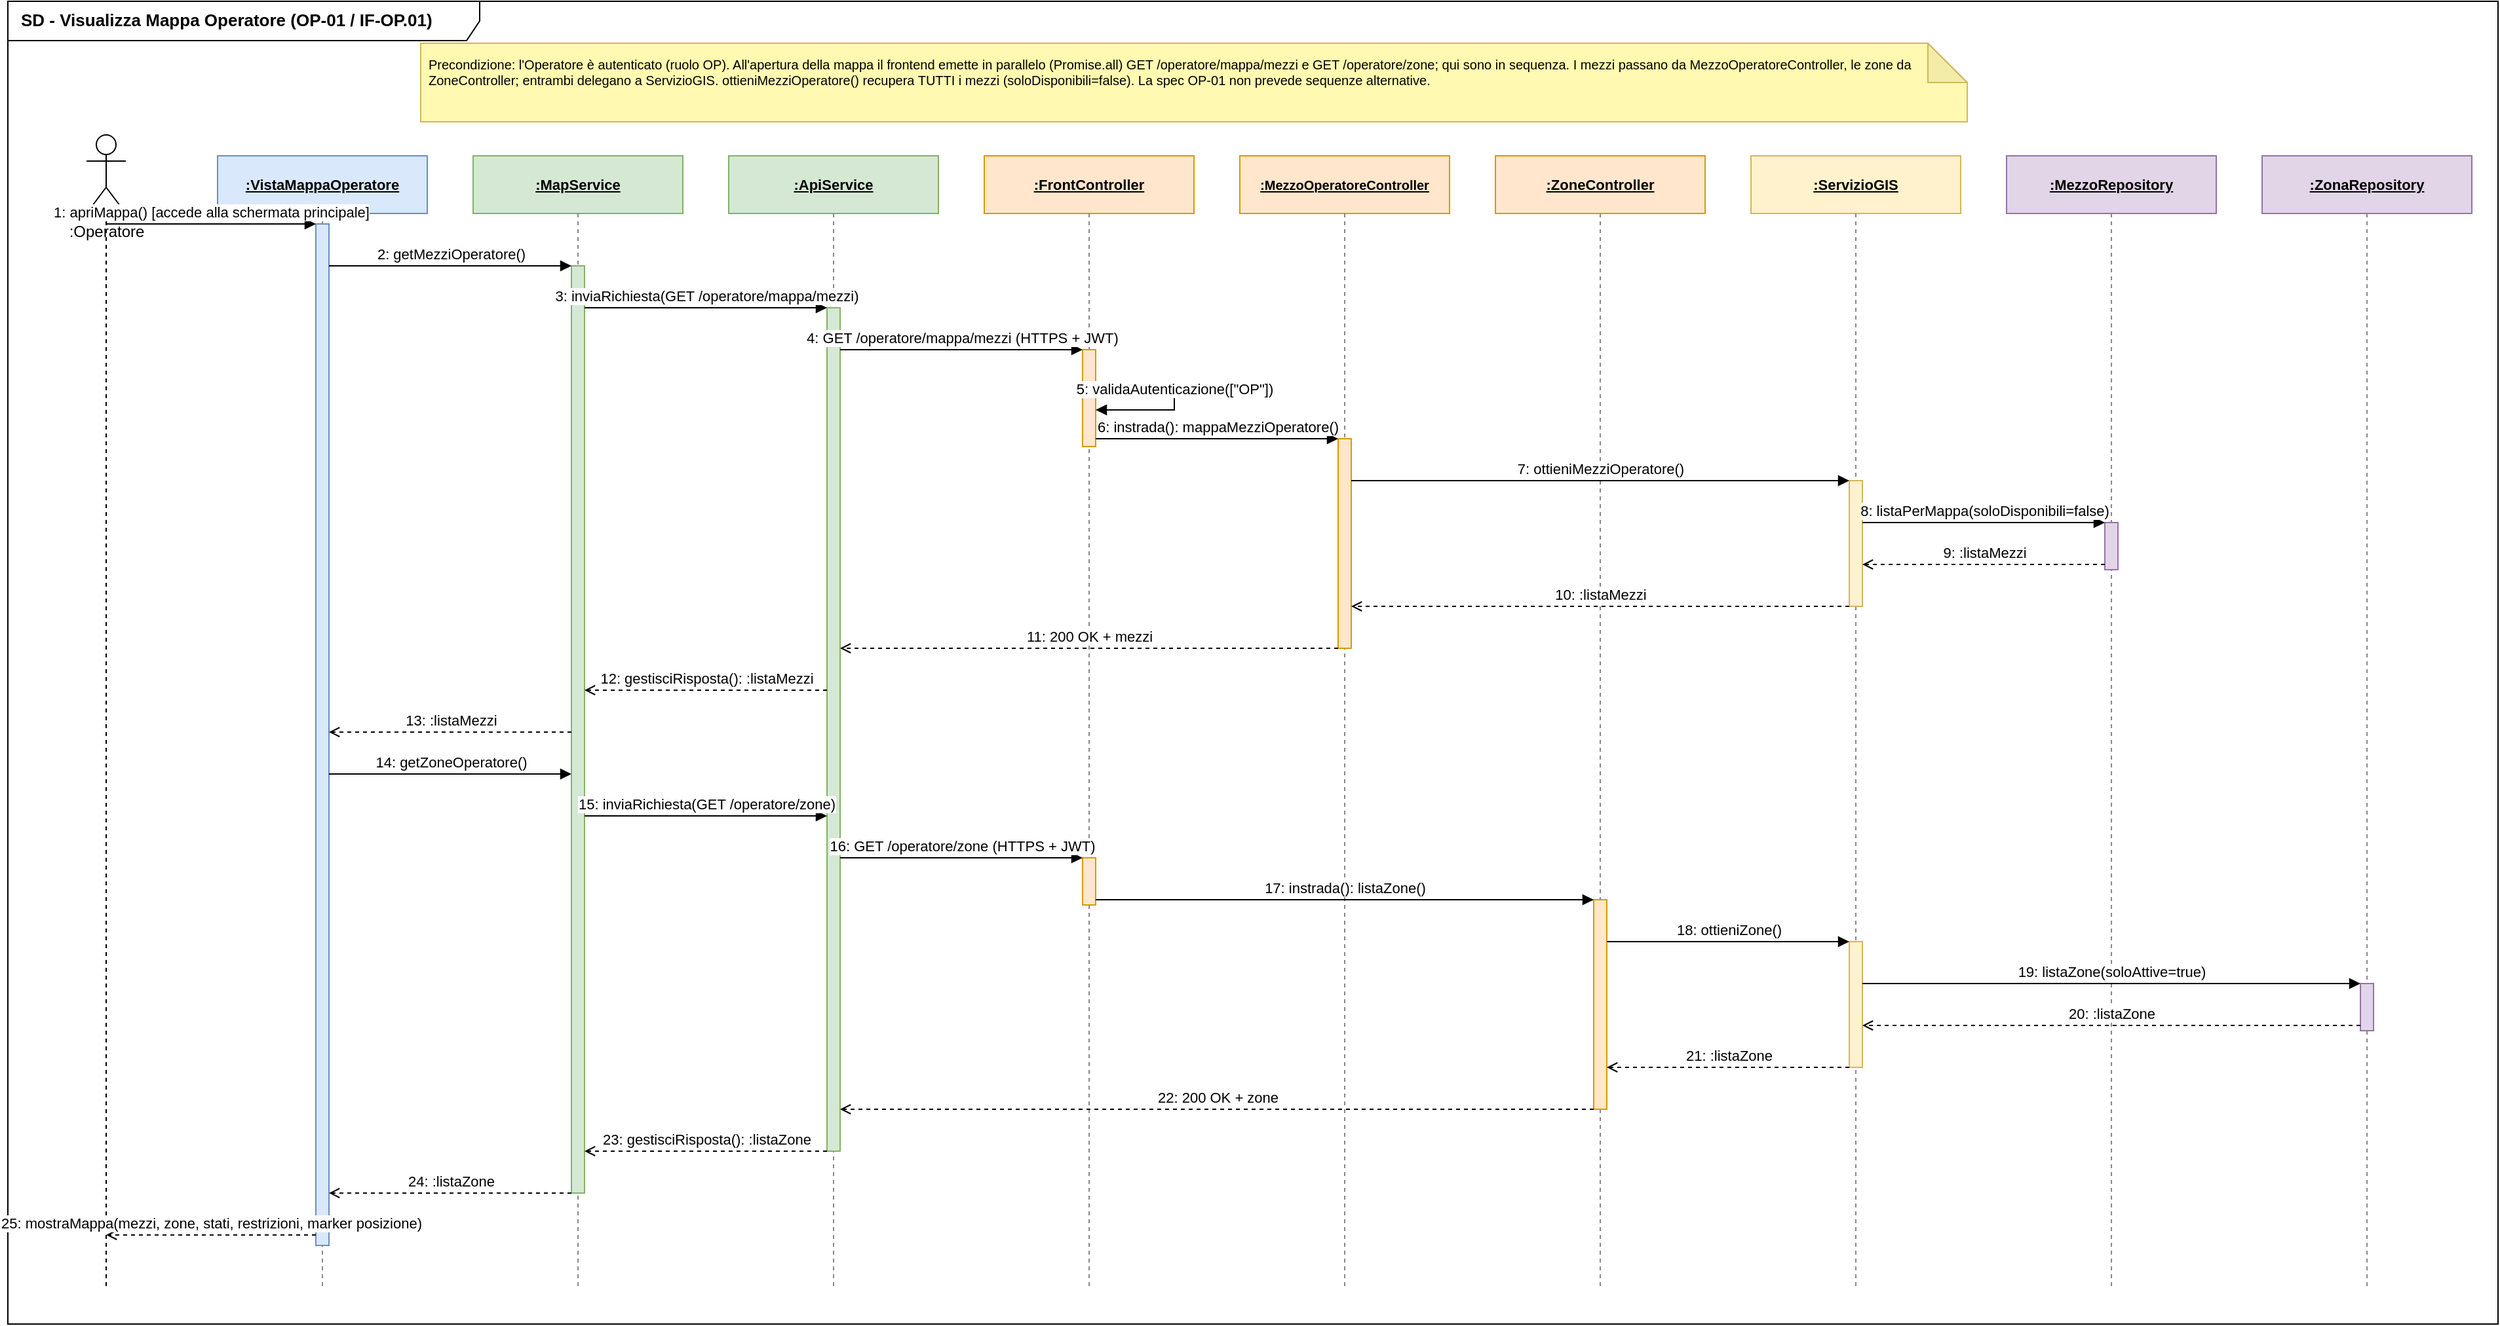
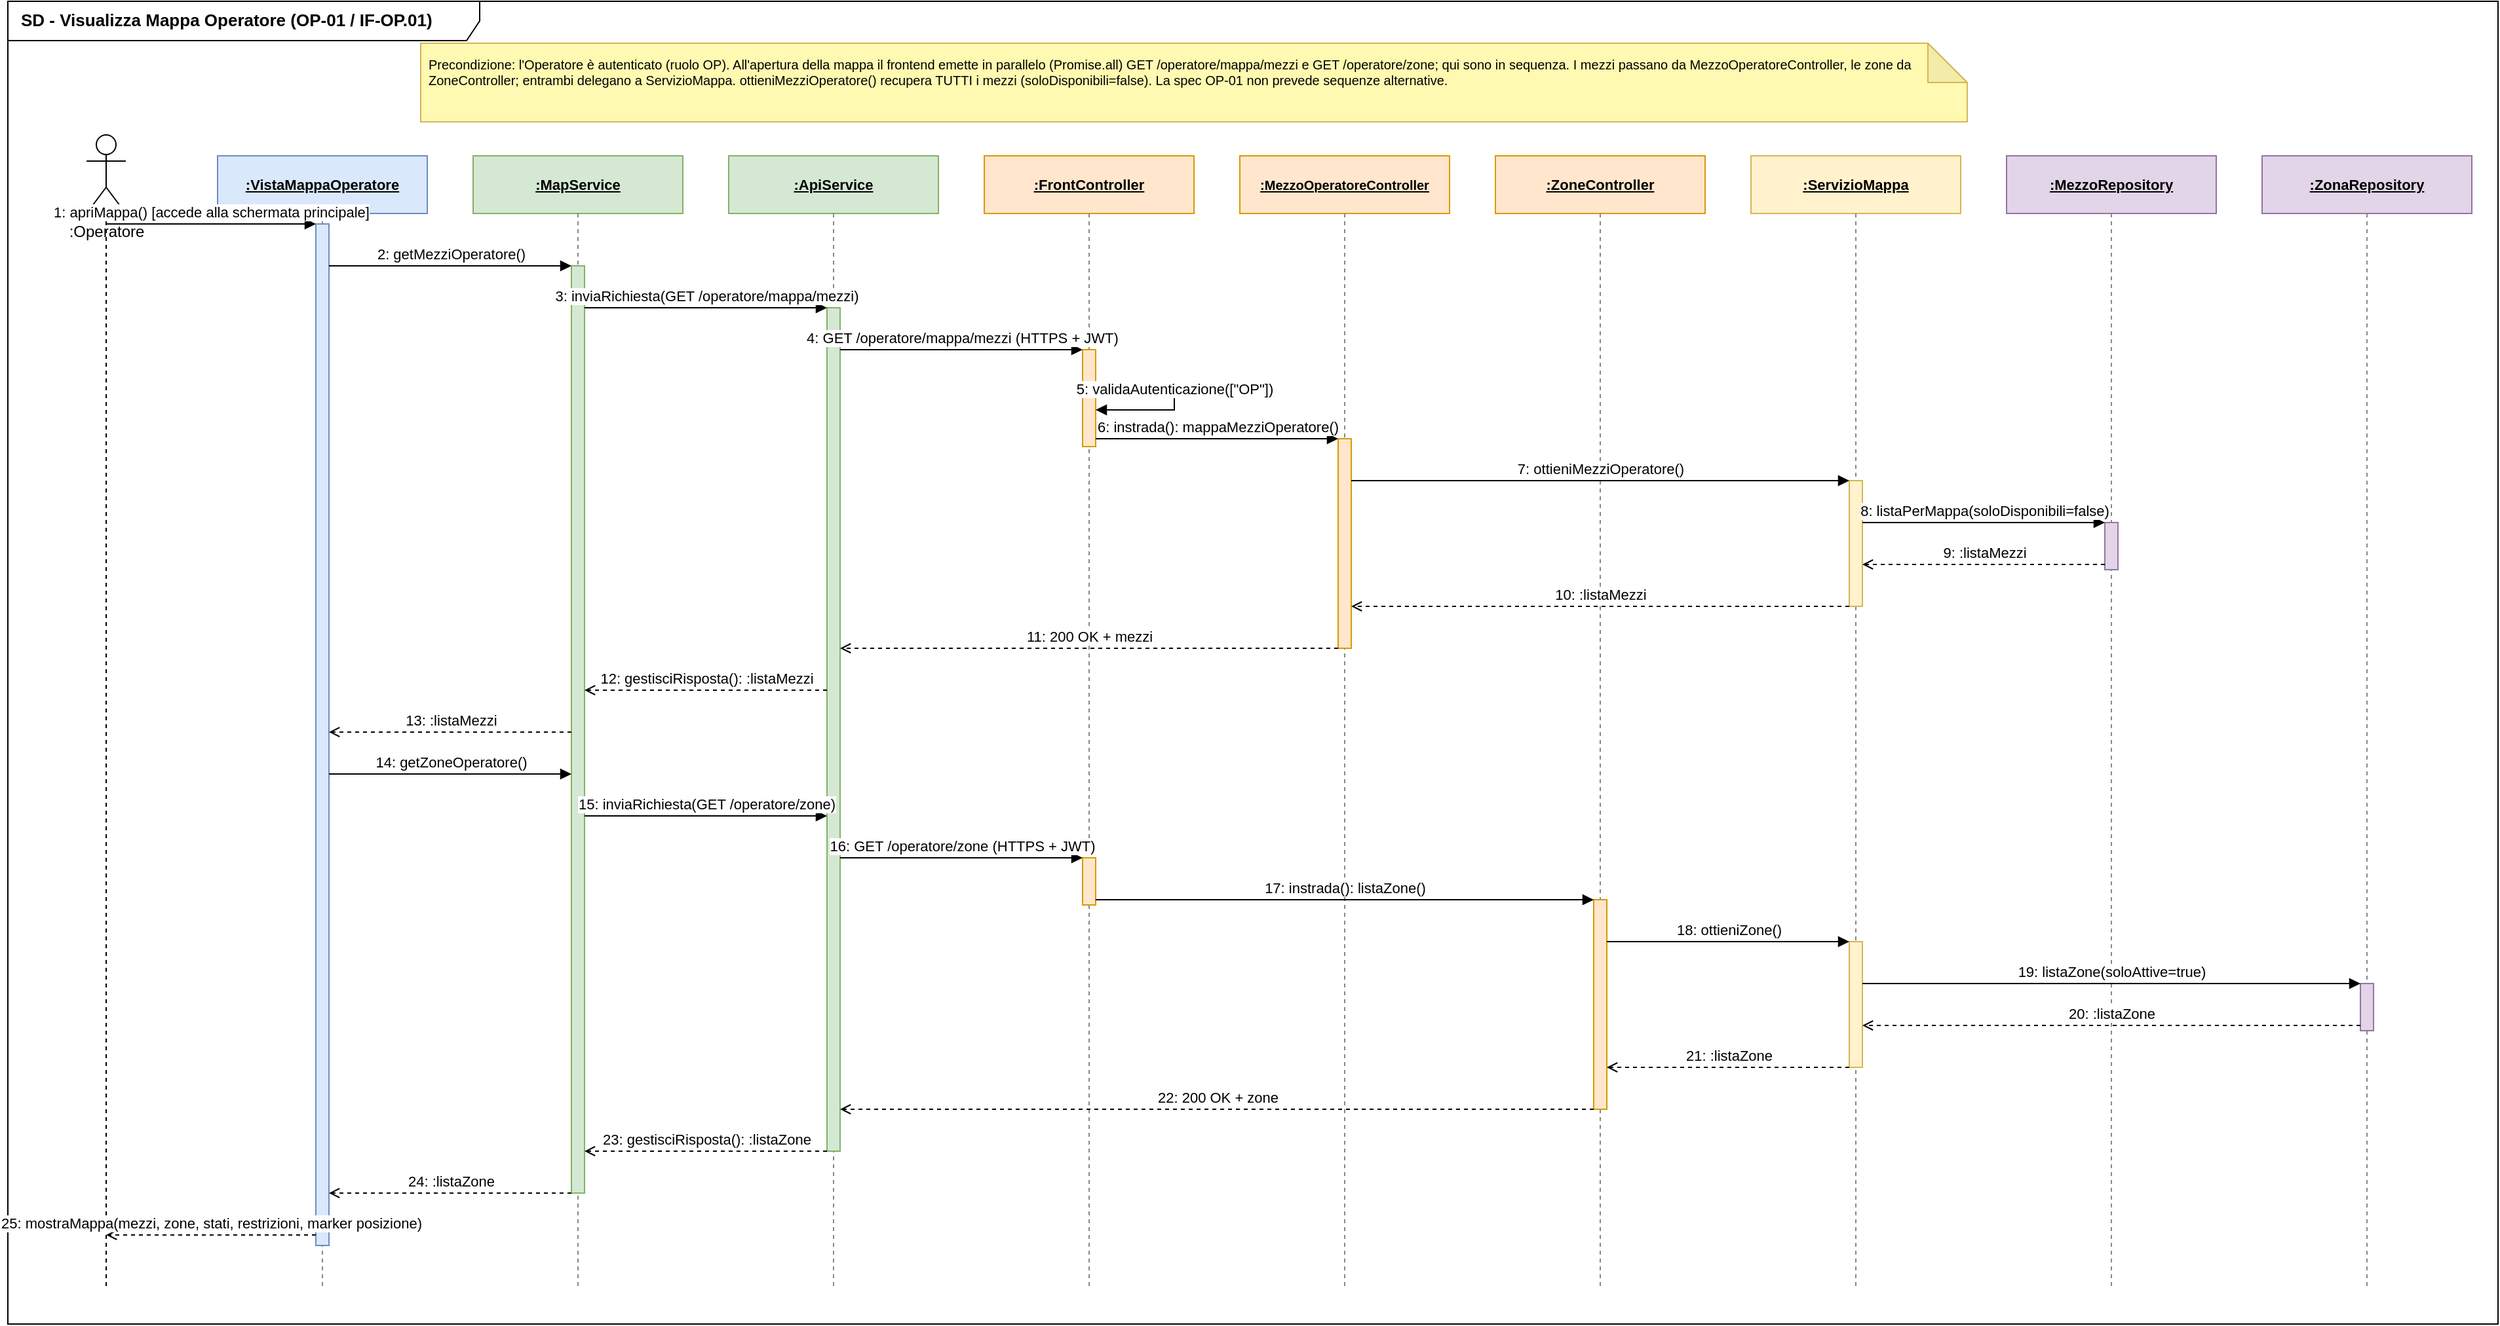
<mxfile host="65bd71144e">
    <diagram name="SD - OP-01 Visualizza Mappa Operatore" id="visualizza-mappa-operatore-op01">
        <mxGraphModel dx="1422" dy="800" grid="1" gridSize="10" guides="1" tooltips="1" connect="1" arrows="1" fold="1" page="1" pageScale="1" pageWidth="1654" pageHeight="1169" background="#FFFFFF" math="0" shadow="0">
            <root>
                <mxCell id="0"/>
                <mxCell id="1" parent="0"/>
                <mxCell id="frame" value="SD - Visualizza Mappa Operatore (OP-01 / IF-OP.01)" style="shape=umlFrame;whiteSpace=wrap;html=1;fontSize=13;fontStyle=1;align=left;spacingLeft=8;verticalAlign=top;width=360;height=30;" vertex="1" parent="1">
                    <mxGeometry x="45" y="80" width="1900" height="1010" as="geometry"/>
                </mxCell>
-                 <mxCell id="note" value="Precondizione: l'Operatore è autenticato (ruolo OP). All'apertura della mappa il frontend emette in parallelo (Promise.all) GET /operatore/mappa/mezzi e GET /operatore/zone; qui sono in sequenza. I mezzi passano da MezzoOperatoreController, le zone da ZoneController; entrambi delegano a ServizioGIS. ottieniMezziOperatore() recupera TUTTI i mezzi (soloDisponibili=false). La spec OP-01 non prevede sequenze alternative." style="shape=note;whiteSpace=wrap;html=1;backgroundOutline=1;darkOpacity=0.05;fillColor=#FFF9B1;strokeColor=#d6b656;fontSize=10;align=left;verticalAlign=top;spacing=6;" vertex="1" parent="1">
+                 <mxCell id="note" value="Precondizione: l'Operatore è autenticato (ruolo OP). All'apertura della mappa il frontend emette in parallelo (Promise.all) GET /operatore/mappa/mezzi e GET /operatore/zone; qui sono in sequenza. I mezzi passano da MezzoOperatoreController, le zone da ZoneController; entrambi delegano a ServizioMappa. ottieniMezziOperatore() recupera TUTTI i mezzi (soloDisponibili=false). La spec OP-01 non prevede sequenze alternative." style="shape=note;whiteSpace=wrap;html=1;backgroundOutline=1;darkOpacity=0.05;fillColor=#FFF9B1;strokeColor=#d6b656;fontSize=10;align=left;verticalAlign=top;spacing=6;" vertex="1" parent="1">
                    <mxGeometry x="360" y="112" width="1180" height="60" as="geometry"/>
                </mxCell>
                <!-- ================= LIFELINES ================= -->
                <mxCell id="ll-actor-h" value=":Operatore" style="shape=umlActor;verticalLabelPosition=bottom;verticalAlign=top;html=1;outlineConnect=0;" vertex="1" parent="1">
                    <mxGeometry x="105" y="182" width="30" height="60" as="geometry"/>
                </mxCell>
                <mxCell id="ll-actor" value="" style="endArrow=none;dashed=1;html=1;strokeColor=#000000;" edge="1" parent="1">
                    <mxGeometry relative="1" as="geometry">
                        <mxPoint x="120" y="242" as="sourcePoint"/>
                        <mxPoint x="120" y="1064" as="targetPoint"/>
                    </mxGeometry>
                </mxCell>
                <mxCell id="ll-view-h" value="&lt;b&gt;&lt;u&gt;:VistaMappaOperatore&lt;/u&gt;&lt;/b&gt;" style="rounded=0;whiteSpace=wrap;html=1;fillColor=#dae8fc;strokeColor=#6c8ebf;fontSize=11;" vertex="1" parent="1">
                    <mxGeometry x="205" y="198" width="160" height="44" as="geometry"/>
                </mxCell>
                <mxCell id="ll-view" value="" style="endArrow=none;dashed=1;html=1;strokeColor=#888888;" edge="1" parent="1">
                    <mxGeometry relative="1" as="geometry">
                        <mxPoint x="285" y="242" as="sourcePoint"/>
                        <mxPoint x="285" y="1064" as="targetPoint"/>
                    </mxGeometry>
                </mxCell>
                <mxCell id="ll-ms-h" value="&lt;b&gt;&lt;u&gt;:MapService&lt;/u&gt;&lt;/b&gt;" style="rounded=0;whiteSpace=wrap;html=1;fillColor=#d5e8d4;strokeColor=#82b366;fontSize=11;" vertex="1" parent="1">
                    <mxGeometry x="400" y="198" width="160" height="44" as="geometry"/>
                </mxCell>
                <mxCell id="ll-ms" value="" style="endArrow=none;dashed=1;html=1;strokeColor=#888888;" edge="1" parent="1">
                    <mxGeometry relative="1" as="geometry">
                        <mxPoint x="480" y="242" as="sourcePoint"/>
                        <mxPoint x="480" y="1064" as="targetPoint"/>
                    </mxGeometry>
                </mxCell>
                <mxCell id="ll-api-h" value="&lt;b&gt;&lt;u&gt;:ApiService&lt;/u&gt;&lt;/b&gt;" style="rounded=0;whiteSpace=wrap;html=1;fillColor=#d5e8d4;strokeColor=#82b366;fontSize=11;" vertex="1" parent="1">
                    <mxGeometry x="595" y="198" width="160" height="44" as="geometry"/>
                </mxCell>
                <mxCell id="ll-api" value="" style="endArrow=none;dashed=1;html=1;strokeColor=#888888;" edge="1" parent="1">
                    <mxGeometry relative="1" as="geometry">
                        <mxPoint x="675" y="242" as="sourcePoint"/>
                        <mxPoint x="675" y="1064" as="targetPoint"/>
                    </mxGeometry>
                </mxCell>
                <mxCell id="ll-fc-h" value="&lt;b&gt;&lt;u&gt;:FrontController&lt;/u&gt;&lt;/b&gt;" style="rounded=0;whiteSpace=wrap;html=1;fillColor=#ffe6cc;strokeColor=#d79b00;fontSize=11;" vertex="1" parent="1">
                    <mxGeometry x="790" y="198" width="160" height="44" as="geometry"/>
                </mxCell>
                <mxCell id="ll-fc" value="" style="endArrow=none;dashed=1;html=1;strokeColor=#888888;" edge="1" parent="1">
                    <mxGeometry relative="1" as="geometry">
                        <mxPoint x="870" y="242" as="sourcePoint"/>
                        <mxPoint x="870" y="1064" as="targetPoint"/>
                    </mxGeometry>
                </mxCell>
                <mxCell id="ll-moc-h" value="&lt;b&gt;&lt;u&gt;:MezzoOperatoreController&lt;/u&gt;&lt;/b&gt;" style="rounded=0;whiteSpace=wrap;html=1;fillColor=#ffe6cc;strokeColor=#d79b00;fontSize=10;" vertex="1" parent="1">
                    <mxGeometry x="985" y="198" width="160" height="44" as="geometry"/>
                </mxCell>
                <mxCell id="ll-moc" value="" style="endArrow=none;dashed=1;html=1;strokeColor=#888888;" edge="1" parent="1">
                    <mxGeometry relative="1" as="geometry">
                        <mxPoint x="1065" y="242" as="sourcePoint"/>
                        <mxPoint x="1065" y="1064" as="targetPoint"/>
                    </mxGeometry>
                </mxCell>
                <mxCell id="ll-zc-h" value="&lt;b&gt;&lt;u&gt;:ZoneController&lt;/u&gt;&lt;/b&gt;" style="rounded=0;whiteSpace=wrap;html=1;fillColor=#ffe6cc;strokeColor=#d79b00;fontSize=11;" vertex="1" parent="1">
                    <mxGeometry x="1180" y="198" width="160" height="44" as="geometry"/>
                </mxCell>
                <mxCell id="ll-zc" value="" style="endArrow=none;dashed=1;html=1;strokeColor=#888888;" edge="1" parent="1">
                    <mxGeometry relative="1" as="geometry">
                        <mxPoint x="1260" y="242" as="sourcePoint"/>
                        <mxPoint x="1260" y="1064" as="targetPoint"/>
                    </mxGeometry>
                </mxCell>
-                 <mxCell id="ll-gis-h" value="&lt;b&gt;&lt;u&gt;:ServizioGIS&lt;/u&gt;&lt;/b&gt;" style="rounded=0;whiteSpace=wrap;html=1;fillColor=#fff2cc;strokeColor=#d6b656;fontSize=11;" vertex="1" parent="1">
+                 <mxCell id="ll-gis-h" value="&lt;b&gt;&lt;u&gt;:ServizioMappa&lt;/u&gt;&lt;/b&gt;" style="rounded=0;whiteSpace=wrap;html=1;fillColor=#fff2cc;strokeColor=#d6b656;fontSize=11;" vertex="1" parent="1">
                    <mxGeometry x="1375" y="198" width="160" height="44" as="geometry"/>
                </mxCell>
                <mxCell id="ll-gis" value="" style="endArrow=none;dashed=1;html=1;strokeColor=#888888;" edge="1" parent="1">
                    <mxGeometry relative="1" as="geometry">
                        <mxPoint x="1455" y="242" as="sourcePoint"/>
                        <mxPoint x="1455" y="1064" as="targetPoint"/>
                    </mxGeometry>
                </mxCell>
                <mxCell id="ll-mr-h" value="&lt;b&gt;&lt;u&gt;:MezzoRepository&lt;/u&gt;&lt;/b&gt;" style="rounded=0;whiteSpace=wrap;html=1;fillColor=#e1d5e7;strokeColor=#9673a6;fontSize=11;" vertex="1" parent="1">
                    <mxGeometry x="1570" y="198" width="160" height="44" as="geometry"/>
                </mxCell>
                <mxCell id="ll-mr" value="" style="endArrow=none;dashed=1;html=1;strokeColor=#888888;" edge="1" parent="1">
                    <mxGeometry relative="1" as="geometry">
                        <mxPoint x="1650" y="242" as="sourcePoint"/>
                        <mxPoint x="1650" y="1064" as="targetPoint"/>
                    </mxGeometry>
                </mxCell>
                <mxCell id="ll-zr-h" value="&lt;b&gt;&lt;u&gt;:ZonaRepository&lt;/u&gt;&lt;/b&gt;" style="rounded=0;whiteSpace=wrap;html=1;fillColor=#e1d5e7;strokeColor=#9673a6;fontSize=11;" vertex="1" parent="1">
                    <mxGeometry x="1765" y="198" width="160" height="44" as="geometry"/>
                </mxCell>
                <mxCell id="ll-zr" value="" style="endArrow=none;dashed=1;html=1;strokeColor=#888888;" edge="1" parent="1">
                    <mxGeometry relative="1" as="geometry">
                        <mxPoint x="1845" y="242" as="sourcePoint"/>
                        <mxPoint x="1845" y="1064" as="targetPoint"/>
                    </mxGeometry>
                </mxCell>
                <!-- ================= ACTIVATION BARS ================= -->
                <mxCell id="act-view" value="" style="html=1;points=[];perimeter=mxPerimeter.rectanglePerimeter;fillColor=#dae8fc;strokeColor=#6c8ebf;" vertex="1" parent="1">
                    <mxGeometry x="280" y="250" width="10" height="780" as="geometry"/>
                </mxCell>
                <mxCell id="act-ms" value="" style="html=1;points=[];perimeter=mxPerimeter.rectanglePerimeter;fillColor=#d5e8d4;strokeColor=#82b366;" vertex="1" parent="1">
                    <mxGeometry x="475" y="282" width="10" height="708" as="geometry"/>
                </mxCell>
                <mxCell id="act-api" value="" style="html=1;points=[];perimeter=mxPerimeter.rectanglePerimeter;fillColor=#d5e8d4;strokeColor=#82b366;" vertex="1" parent="1">
                    <mxGeometry x="670" y="314" width="10" height="644" as="geometry"/>
                </mxCell>
                <mxCell id="act-fc1" value="" style="html=1;points=[];perimeter=mxPerimeter.rectanglePerimeter;fillColor=#ffe6cc;strokeColor=#d79b00;" vertex="1" parent="1">
                    <mxGeometry x="865" y="346" width="10" height="74" as="geometry"/>
                </mxCell>
                <mxCell id="act-fc2" value="" style="html=1;points=[];perimeter=mxPerimeter.rectanglePerimeter;fillColor=#ffe6cc;strokeColor=#d79b00;" vertex="1" parent="1">
                    <mxGeometry x="865" y="734" width="10" height="36" as="geometry"/>
                </mxCell>
                <mxCell id="act-moc" value="" style="html=1;points=[];perimeter=mxPerimeter.rectanglePerimeter;fillColor=#ffe6cc;strokeColor=#d79b00;" vertex="1" parent="1">
                    <mxGeometry x="1060" y="414" width="10" height="160" as="geometry"/>
                </mxCell>
                <mxCell id="act-zc" value="" style="html=1;points=[];perimeter=mxPerimeter.rectanglePerimeter;fillColor=#ffe6cc;strokeColor=#d79b00;" vertex="1" parent="1">
                    <mxGeometry x="1255" y="766" width="10" height="160" as="geometry"/>
                </mxCell>
                <mxCell id="act-gis1" value="" style="html=1;points=[];perimeter=mxPerimeter.rectanglePerimeter;fillColor=#fff2cc;strokeColor=#d6b656;" vertex="1" parent="1">
                    <mxGeometry x="1450" y="446" width="10" height="96" as="geometry"/>
                </mxCell>
                <mxCell id="act-gis2" value="" style="html=1;points=[];perimeter=mxPerimeter.rectanglePerimeter;fillColor=#fff2cc;strokeColor=#d6b656;" vertex="1" parent="1">
                    <mxGeometry x="1450" y="798" width="10" height="96" as="geometry"/>
                </mxCell>
                <mxCell id="act-mr" value="" style="html=1;points=[];perimeter=mxPerimeter.rectanglePerimeter;fillColor=#e1d5e7;strokeColor=#9673a6;" vertex="1" parent="1">
                    <mxGeometry x="1645" y="478" width="10" height="36" as="geometry"/>
                </mxCell>
                <mxCell id="act-zr" value="" style="html=1;points=[];perimeter=mxPerimeter.rectanglePerimeter;fillColor=#e1d5e7;strokeColor=#9673a6;" vertex="1" parent="1">
                    <mxGeometry x="1840" y="830" width="10" height="36" as="geometry"/>
                </mxCell>
                <!-- ================= MESSAGES: richiesta mezzi ================= -->
                <mxCell id="m1" value="1: apriMappa() [accede alla schermata principale]" style="html=1;verticalAlign=bottom;endArrow=block;endFill=1;fontSize=11;" edge="1" parent="1">
                    <mxGeometry relative="1" as="geometry">
                        <mxPoint x="120" y="250" as="sourcePoint"/>
                        <mxPoint x="280" y="250" as="targetPoint"/>
                    </mxGeometry>
                </mxCell>
                <mxCell id="m2" value="2: getMezziOperatore()" style="html=1;verticalAlign=bottom;endArrow=block;endFill=1;fontSize=11;" edge="1" parent="1">
                    <mxGeometry relative="1" as="geometry">
                        <mxPoint x="290" y="282" as="sourcePoint"/>
                        <mxPoint x="475" y="282" as="targetPoint"/>
                    </mxGeometry>
                </mxCell>
                <mxCell id="m3" value="3: inviaRichiesta(GET /operatore/mappa/mezzi)" style="html=1;verticalAlign=bottom;endArrow=block;endFill=1;fontSize=11;" edge="1" parent="1">
                    <mxGeometry relative="1" as="geometry">
                        <mxPoint x="485" y="314" as="sourcePoint"/>
                        <mxPoint x="670" y="314" as="targetPoint"/>
                    </mxGeometry>
                </mxCell>
                <mxCell id="m4" value="4: GET /operatore/mappa/mezzi  (HTTPS + JWT)" style="html=1;verticalAlign=bottom;endArrow=block;endFill=1;fontSize=11;" edge="1" parent="1">
                    <mxGeometry relative="1" as="geometry">
                        <mxPoint x="680" y="346" as="sourcePoint"/>
                        <mxPoint x="865" y="346" as="targetPoint"/>
                    </mxGeometry>
                </mxCell>
                <mxCell id="m5" value="5: validaAutenticazione([&quot;OP&quot;])" style="html=1;verticalAlign=bottom;endArrow=block;endFill=1;fontSize=11;rounded=0;" edge="1" parent="1">
                    <mxGeometry relative="1" as="geometry">
                        <Array as="points">
                            <mxPoint x="935" y="378"/>
                            <mxPoint x="935" y="392"/>
                        </Array>
                        <mxPoint x="875" y="378" as="sourcePoint"/>
                        <mxPoint x="875" y="392" as="targetPoint"/>
                    </mxGeometry>
                </mxCell>
                <mxCell id="m6" value="6: instrada(): mappaMezziOperatore()" style="html=1;verticalAlign=bottom;endArrow=block;endFill=1;fontSize=11;" edge="1" parent="1">
                    <mxGeometry relative="1" as="geometry">
                        <mxPoint x="875" y="414" as="sourcePoint"/>
                        <mxPoint x="1060" y="414" as="targetPoint"/>
                    </mxGeometry>
                </mxCell>
                <mxCell id="m7" value="7: ottieniMezziOperatore()" style="html=1;verticalAlign=bottom;endArrow=block;endFill=1;fontSize=11;" edge="1" parent="1">
                    <mxGeometry relative="1" as="geometry">
                        <mxPoint x="1070" y="446" as="sourcePoint"/>
                        <mxPoint x="1450" y="446" as="targetPoint"/>
                    </mxGeometry>
                </mxCell>
                <mxCell id="m8" value="8: listaPerMappa(soloDisponibili=false)" style="html=1;verticalAlign=bottom;endArrow=block;endFill=1;fontSize=11;" edge="1" parent="1">
                    <mxGeometry relative="1" as="geometry">
                        <mxPoint x="1460" y="478" as="sourcePoint"/>
                        <mxPoint x="1645" y="478" as="targetPoint"/>
                    </mxGeometry>
                </mxCell>
                <mxCell id="m9" value="9: :listaMezzi" style="html=1;verticalAlign=bottom;dashed=1;endArrow=open;endFill=0;fontSize=11;" edge="1" parent="1">
                    <mxGeometry relative="1" as="geometry">
                        <mxPoint x="1645" y="510" as="sourcePoint"/>
                        <mxPoint x="1460" y="510" as="targetPoint"/>
                    </mxGeometry>
                </mxCell>
                <mxCell id="m10" value="10: :listaMezzi" style="html=1;verticalAlign=bottom;dashed=1;endArrow=open;endFill=0;fontSize=11;" edge="1" parent="1">
                    <mxGeometry relative="1" as="geometry">
                        <mxPoint x="1450" y="542" as="sourcePoint"/>
                        <mxPoint x="1070" y="542" as="targetPoint"/>
                    </mxGeometry>
                </mxCell>
                <mxCell id="m11" value="11: 200 OK + mezzi" style="html=1;verticalAlign=bottom;dashed=1;endArrow=open;endFill=0;fontSize=11;" edge="1" parent="1">
                    <mxGeometry relative="1" as="geometry">
                        <mxPoint x="1060" y="574" as="sourcePoint"/>
                        <mxPoint x="680" y="574" as="targetPoint"/>
                    </mxGeometry>
                </mxCell>
                <mxCell id="m12" value="12: gestisciRisposta(): :listaMezzi" style="html=1;verticalAlign=bottom;dashed=1;endArrow=open;endFill=0;fontSize=11;" edge="1" parent="1">
                    <mxGeometry relative="1" as="geometry">
                        <mxPoint x="670" y="606" as="sourcePoint"/>
                        <mxPoint x="485" y="606" as="targetPoint"/>
                    </mxGeometry>
                </mxCell>
                <mxCell id="m13" value="13: :listaMezzi" style="html=1;verticalAlign=bottom;dashed=1;endArrow=open;endFill=0;fontSize=11;" edge="1" parent="1">
                    <mxGeometry relative="1" as="geometry">
                        <mxPoint x="475" y="638" as="sourcePoint"/>
                        <mxPoint x="290" y="638" as="targetPoint"/>
                    </mxGeometry>
                </mxCell>
                <!-- ================= MESSAGES: richiesta zone ================= -->
                <mxCell id="m14" value="14: getZoneOperatore()" style="html=1;verticalAlign=bottom;endArrow=block;endFill=1;fontSize=11;" edge="1" parent="1">
                    <mxGeometry relative="1" as="geometry">
                        <mxPoint x="290" y="670" as="sourcePoint"/>
                        <mxPoint x="475" y="670" as="targetPoint"/>
                    </mxGeometry>
                </mxCell>
                <mxCell id="m15" value="15: inviaRichiesta(GET /operatore/zone)" style="html=1;verticalAlign=bottom;endArrow=block;endFill=1;fontSize=11;" edge="1" parent="1">
                    <mxGeometry relative="1" as="geometry">
                        <mxPoint x="485" y="702" as="sourcePoint"/>
                        <mxPoint x="670" y="702" as="targetPoint"/>
                    </mxGeometry>
                </mxCell>
                <mxCell id="m16" value="16: GET /operatore/zone  (HTTPS + JWT)" style="html=1;verticalAlign=bottom;endArrow=block;endFill=1;fontSize=11;" edge="1" parent="1">
                    <mxGeometry relative="1" as="geometry">
                        <mxPoint x="680" y="734" as="sourcePoint"/>
                        <mxPoint x="865" y="734" as="targetPoint"/>
                    </mxGeometry>
                </mxCell>
                <mxCell id="m17" value="17: instrada(): listaZone()" style="html=1;verticalAlign=bottom;endArrow=block;endFill=1;fontSize=11;" edge="1" parent="1">
                    <mxGeometry relative="1" as="geometry">
                        <mxPoint x="875" y="766" as="sourcePoint"/>
                        <mxPoint x="1255" y="766" as="targetPoint"/>
                    </mxGeometry>
                </mxCell>
                <mxCell id="m18" value="18: ottieniZone()" style="html=1;verticalAlign=bottom;endArrow=block;endFill=1;fontSize=11;" edge="1" parent="1">
                    <mxGeometry relative="1" as="geometry">
                        <mxPoint x="1265" y="798" as="sourcePoint"/>
                        <mxPoint x="1450" y="798" as="targetPoint"/>
                    </mxGeometry>
                </mxCell>
                <mxCell id="m19" value="19: listaZone(soloAttive=true)" style="html=1;verticalAlign=bottom;endArrow=block;endFill=1;fontSize=11;" edge="1" parent="1">
                    <mxGeometry relative="1" as="geometry">
                        <mxPoint x="1460" y="830" as="sourcePoint"/>
                        <mxPoint x="1840" y="830" as="targetPoint"/>
                    </mxGeometry>
                </mxCell>
                <mxCell id="m20" value="20: :listaZone" style="html=1;verticalAlign=bottom;dashed=1;endArrow=open;endFill=0;fontSize=11;" edge="1" parent="1">
                    <mxGeometry relative="1" as="geometry">
                        <mxPoint x="1840" y="862" as="sourcePoint"/>
                        <mxPoint x="1460" y="862" as="targetPoint"/>
                    </mxGeometry>
                </mxCell>
                <mxCell id="m21" value="21: :listaZone" style="html=1;verticalAlign=bottom;dashed=1;endArrow=open;endFill=0;fontSize=11;" edge="1" parent="1">
                    <mxGeometry relative="1" as="geometry">
                        <mxPoint x="1450" y="894" as="sourcePoint"/>
                        <mxPoint x="1265" y="894" as="targetPoint"/>
                    </mxGeometry>
                </mxCell>
                <mxCell id="m22" value="22: 200 OK + zone" style="html=1;verticalAlign=bottom;dashed=1;endArrow=open;endFill=0;fontSize=11;" edge="1" parent="1">
                    <mxGeometry relative="1" as="geometry">
                        <mxPoint x="1255" y="926" as="sourcePoint"/>
                        <mxPoint x="680" y="926" as="targetPoint"/>
                    </mxGeometry>
                </mxCell>
                <mxCell id="m23" value="23: gestisciRisposta(): :listaZone" style="html=1;verticalAlign=bottom;dashed=1;endArrow=open;endFill=0;fontSize=11;" edge="1" parent="1">
                    <mxGeometry relative="1" as="geometry">
                        <mxPoint x="670" y="958" as="sourcePoint"/>
                        <mxPoint x="485" y="958" as="targetPoint"/>
                    </mxGeometry>
                </mxCell>
                <mxCell id="m24" value="24: :listaZone" style="html=1;verticalAlign=bottom;dashed=1;endArrow=open;endFill=0;fontSize=11;" edge="1" parent="1">
                    <mxGeometry relative="1" as="geometry">
                        <mxPoint x="475" y="990" as="sourcePoint"/>
                        <mxPoint x="290" y="990" as="targetPoint"/>
                    </mxGeometry>
                </mxCell>
                <mxCell id="m25" value="25: mostraMappa(mezzi, zone, stati, restrizioni, marker posizione)" style="html=1;verticalAlign=bottom;dashed=1;endArrow=open;endFill=0;fontSize=11;" edge="1" parent="1">
                    <mxGeometry relative="1" as="geometry">
                        <mxPoint x="280" y="1022" as="sourcePoint"/>
                        <mxPoint x="120" y="1022" as="targetPoint"/>
                    </mxGeometry>
                </mxCell>
            </root>
        </mxGraphModel>
    </diagram>
</mxfile>
